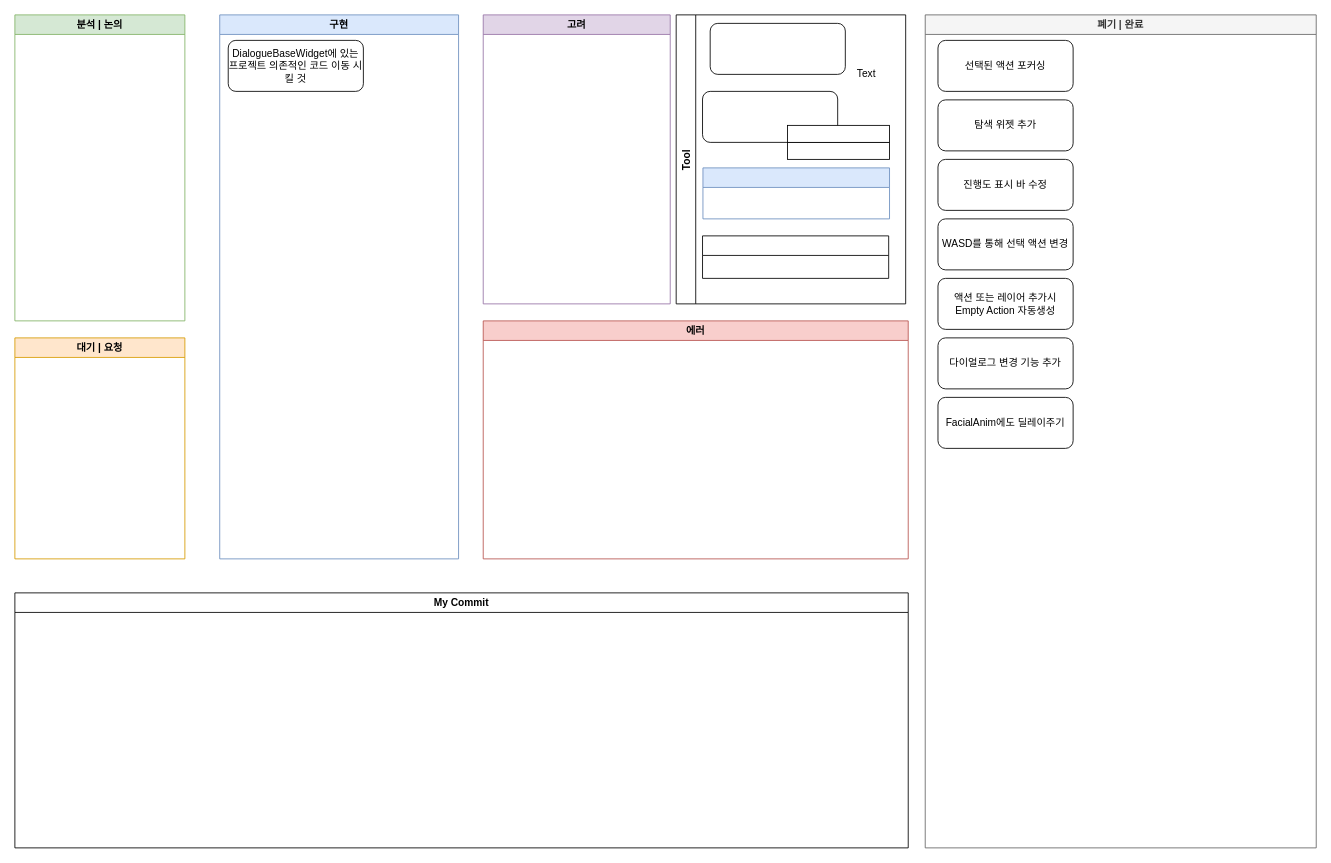
Earlier version of the draw.io diagram 다이얼로그 툴 진행상황.drawio (Endorr/Job-Board). Source tidied: cells renumbered, new cells numbered last; positions are measured from the earlier drawing's top-left corner, leaving out a move shared by most shapes. Both pictures are drawn from the tidied source at 85%, with x=0, y=0 at pixel (14, 14).
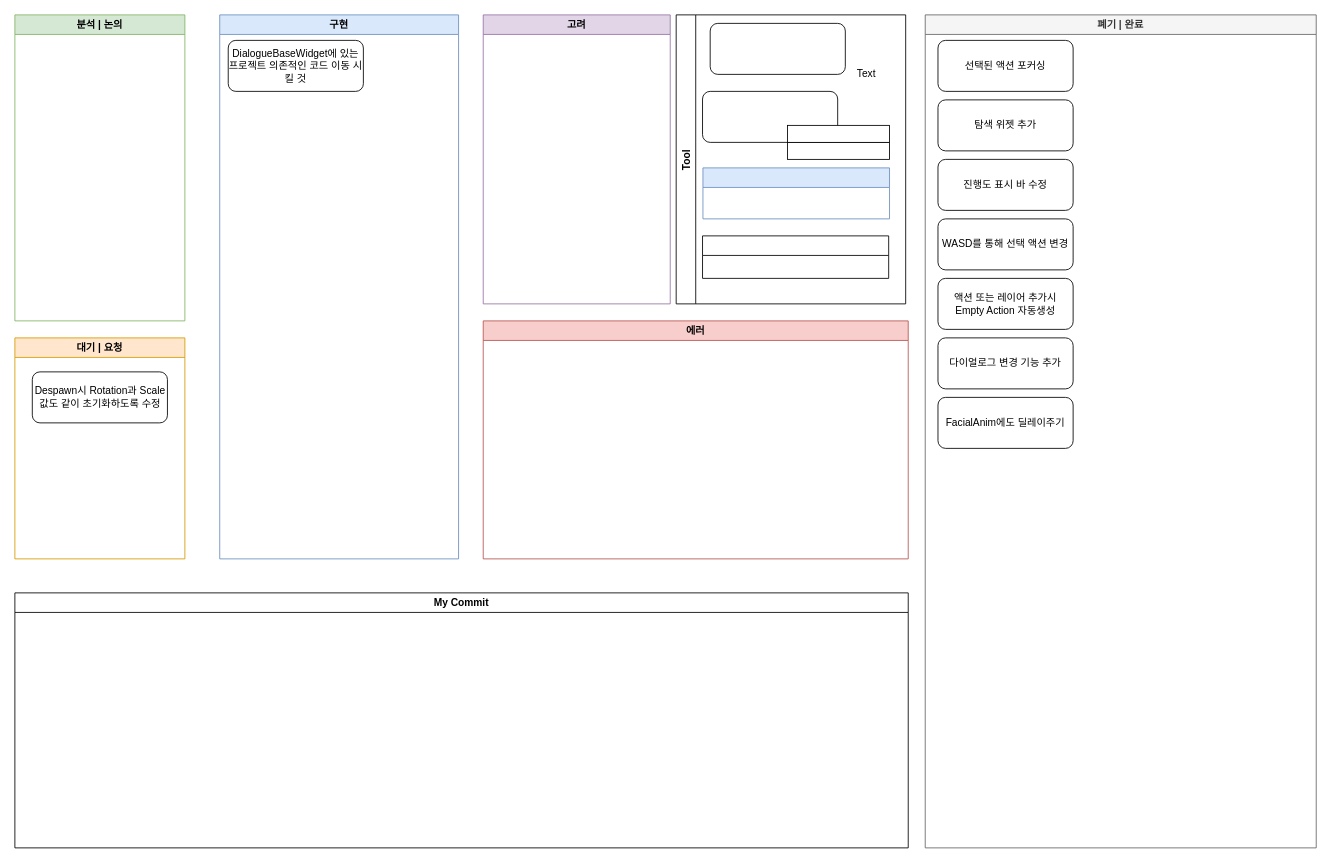
The same diagram, later.

Commit message:
Update 다이얼로그 툴 진행상황.drawio

The change refers to these unchanged cells:
```xml
<mxCell id="6" value="대기 | 요청" style="swimlane;strokeColor=#d79b00;fillColor=#ffe6cc;" parent="1" vertex="1">
  <mxGeometry y="380" width="200" height="260" as="geometry" />
</mxCell>
```

Change to the diagram source:
```diff
@@
+    <mxCell id="26" value="Despawn시 Rotation과 Scale값도 같이 초기화하도록 수정" style="rounded=1;whiteSpace=wrap;html=1;" parent="6" vertex="1">
+      <mxGeometry x="20.5" y="40" width="159" height="60" as="geometry" />
+    </mxCell>
```
